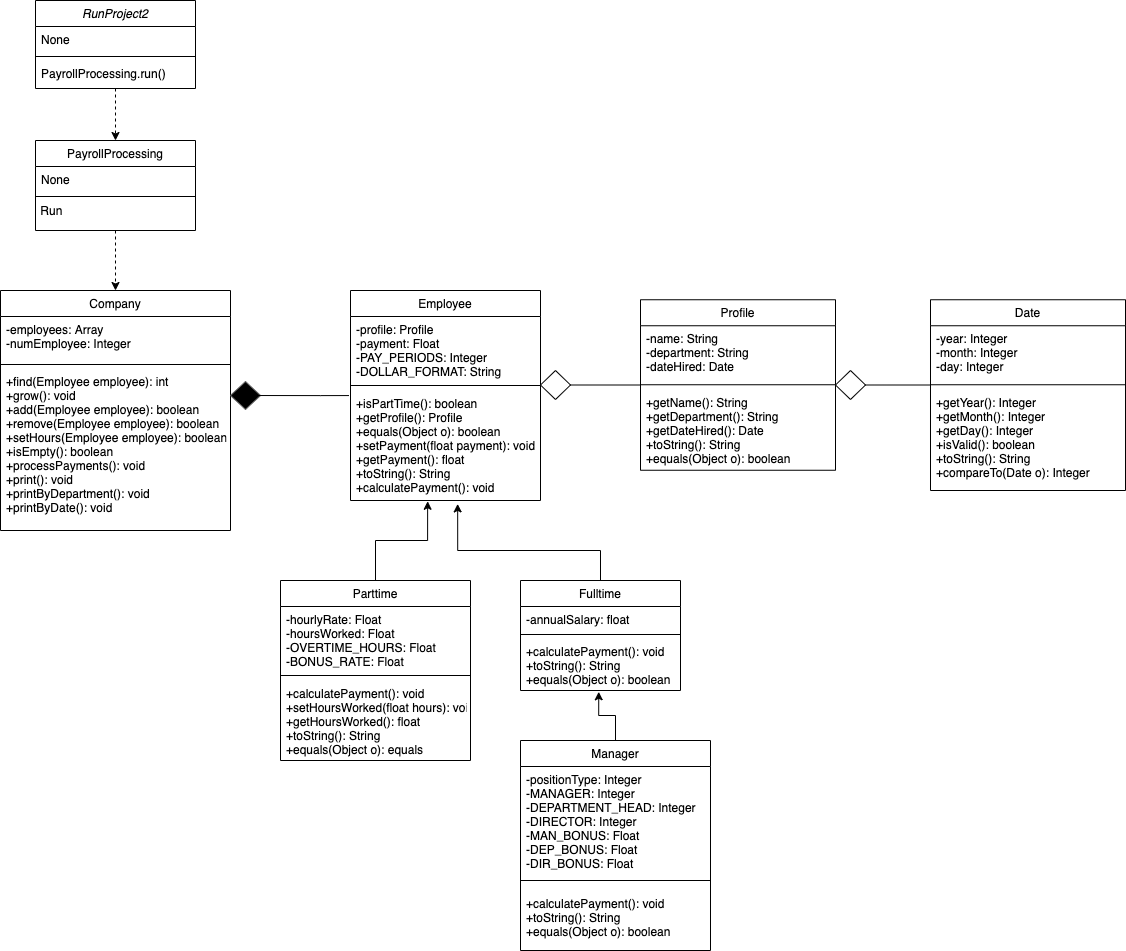
Earlier version of the draw.io export src/proj2cd.png (AryakTheBoss/CS213-Project2). Source tidied: cells renumbered, new cells last; positions are measured from the earlier drawing's top-left corner, leaving out a move shared by most shapes.
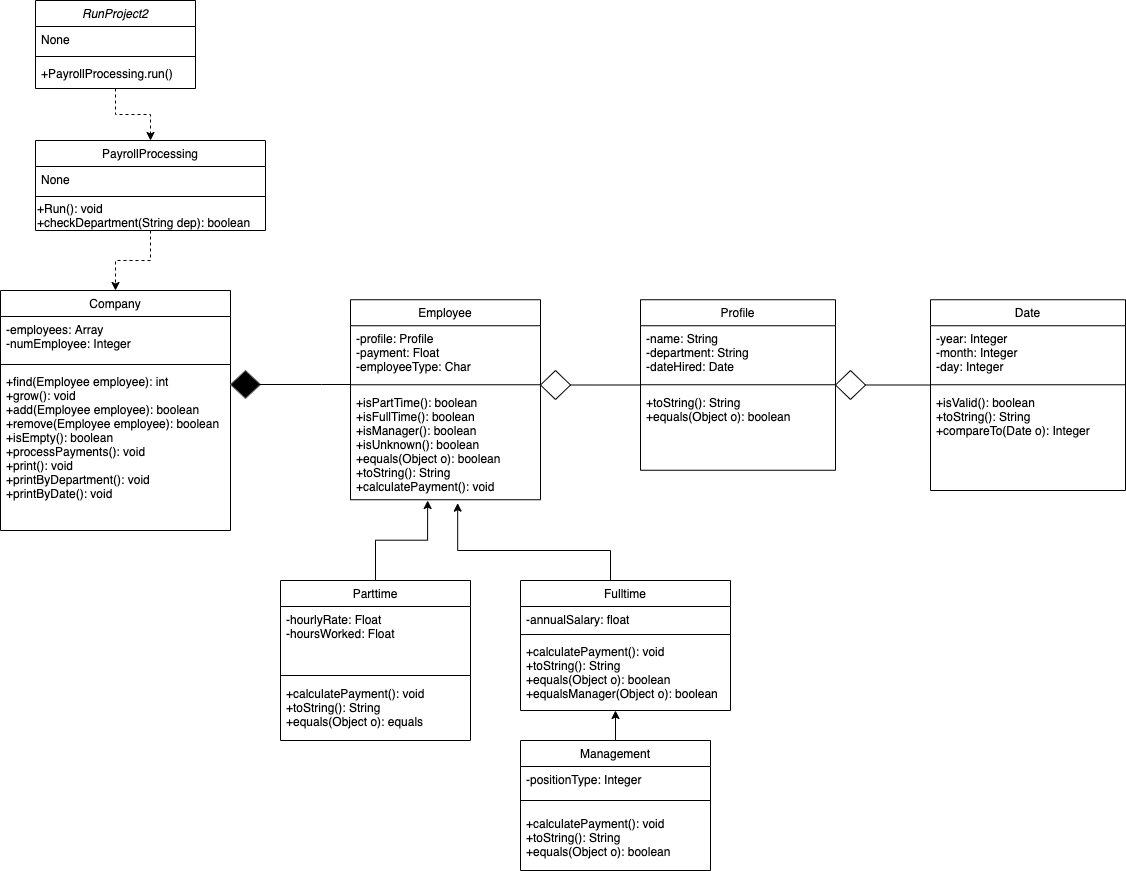
The same file after the commit.

Commit message:
new diagram png and rewritable

The edit, as a diff of the source:
```diff
@@ -14,23 +14,23 @@
     <mxCell id="5" style="line;html=1;strokeWidth=1;align=left;verticalAlign=middle;spacingTop=-1;spacingLeft=3;spacingRight=3;labelPosition=right;" parent="3" vertex="1">
       <mxGeometry y="52" width="160" height="8" as="geometry" />
     </mxCell>
-    <mxCell id="6" value="PayrollProcessing.run()" style="text;align=left;verticalAlign=top;spacingLeft=4;spacingRight=4;overflow=hidden;" parent="3" vertex="1">
+    <mxCell id="6" value="+PayrollProcessing.run()" style="text;align=left;verticalAlign=top;spacingLeft=4;spacingRight=4;overflow=hidden;" parent="3" vertex="1">
       <mxGeometry y="60" width="160" height="26" as="geometry" />
     </mxCell>
     <mxCell id="7" style="edgeStyle=orthogonalEdgeStyle;rounded=0;jumpStyle=none;jettySize=auto;html=1;exitX=0.5;exitY=1;exitDx=0;exitDy=0;entryX=0.5;entryY=0;entryDx=0;entryDy=0;dashed=1;sourcePerimeterSpacing=0;strokeColor=#000000;" parent="1" edge="1" source="8" target="12">
       <mxGeometry relative="1" as="geometry" />
     </mxCell>
     <mxCell id="8" value="PayrollProcessing" style="swimlane;fontStyle=0;align=center;verticalAlign=top;horizontal=1;startSize=26;rounded=0;shadow=0;strokeWidth=1;" parent="1" vertex="1">
-      <mxGeometry x="35" y="140" width="160" height="90" as="geometry" />
+      <mxGeometry x="35" y="140" width="230" height="90" as="geometry" />
     </mxCell>
     <mxCell id="9" value="None" style="text;align=left;verticalAlign=top;spacingLeft=4;spacingRight=4;overflow=hidden;" parent="8" vertex="1">
-      <mxGeometry y="26" width="160" height="26" as="geometry" />
+      <mxGeometry y="26" width="230" height="26" as="geometry" />
     </mxCell>
     <mxCell id="10" style="line;html=1;strokeWidth=1;align=left;verticalAlign=middle;spacingTop=-1;spacingLeft=3;spacingRight=3;labelPosition=right;" parent="8" vertex="1">
-      <mxGeometry y="52" width="160" height="8" as="geometry" />
+      <mxGeometry y="52" width="230" height="8" as="geometry" />
     </mxCell>
-    <mxCell id="11" value="&amp;nbsp;Run" style="text;html=1;align=left;verticalAlign=middle;" parent="8" vertex="1">
-      <mxGeometry y="60" width="160" height="20" as="geometry" />
+    <mxCell id="11" value="+Run(): void&lt;br&gt;+checkDepartment(String dep): boolean" style="text;html=1;align=left;verticalAlign=middle;" parent="8" vertex="1">
+      <mxGeometry y="60" width="230" height="30" as="geometry" />
     </mxCell>
     <mxCell id="12" value="Company" style="swimlane;fontStyle=0;align=center;verticalAlign=top;horizontal=1;startSize=26;rounded=0;shadow=0;strokeWidth=1;" parent="1" vertex="1">
       <mxGeometry y="290" width="230" height="240" as="geometry" />
@@ -41,30 +41,31 @@
     <mxCell id="14" style="line;html=1;strokeWidth=1;align=left;verticalAlign=middle;spacingTop=-1;spacingLeft=3;spacingRight=3;labelPosition=right;" parent="12" vertex="1">
       <mxGeometry y="70" width="230" height="8" as="geometry" />
     </mxCell>
-    <mxCell id="15" value="+find(Employee employee): int&#10;+grow(): void&#10;+add(Employee employee): boolean&#10;+remove(Employee employee): boolean&#10;+setHours(Employee employee): boolean&#10;+isEmpty(): boolean&#10;+processPayments(): void&#10;+print(): void&#10;+printByDepartment(): void&#10;+printByDate(): void" style="text;align=left;verticalAlign=top;spacingLeft=4;spacingRight=4;overflow=hidden;" parent="12" vertex="1">
+    <mxCell id="15" value="+find(Employee employee): int&#10;+grow(): void&#10;+add(Employee employee): boolean&#10;+remove(Employee employee): boolean&#10;+isEmpty(): boolean&#10;+processPayments(): void&#10;+print(): void&#10;+printByDepartment(): void&#10;+printByDate(): void" style="text;align=left;verticalAlign=top;spacingLeft=4;spacingRight=4;overflow=hidden;" parent="12" vertex="1">
       <mxGeometry y="78" width="230" height="152" as="geometry" />
     </mxCell>
     <mxCell id="16" value="Employee" style="swimlane;fontStyle=0;align=center;verticalAlign=top;horizontal=1;startSize=26;rounded=0;shadow=0;strokeWidth=1;" parent="1" vertex="1">
-      <mxGeometry x="350" y="290" width="190" height="210" as="geometry" />
+      <mxGeometry x="350" y="299.2" width="190" height="200" as="geometry" />
     </mxCell>
-    <mxCell id="17" value="-profile: Profile&#10;-payment: Float&#10;-PAY_PERIODS: Integer&#10;-DOLLAR_FORMAT: String" style="text;align=left;verticalAlign=top;spacingLeft=4;spacingRight=4;overflow=hidden;" parent="16" vertex="1">
-      <mxGeometry y="26" width="190" height="64" as="geometry" />
+    <mxCell id="17" value="-profile: Profile&#10;-payment: Float&#10;-employeeType: Char" style="text;align=left;verticalAlign=top;spacingLeft=4;spacingRight=4;overflow=hidden;" parent="16" vertex="1">
+      <mxGeometry y="26" width="190" height="54" as="geometry" />
     </mxCell>
     <mxCell id="18" style="line;html=1;strokeWidth=1;align=left;verticalAlign=middle;spacingTop=-1;spacingLeft=3;spacingRight=3;labelPosition=right;" parent="16" vertex="1">
-      <mxGeometry y="90" width="190" height="10" as="geometry" />
+      <mxGeometry y="80" width="190" height="10" as="geometry" />
     </mxCell>
-    <mxCell id="19" value="+isPartTime(): boolean&#10;+getProfile(): Profile&#10;+equals(Object o): boolean&#10;+setPayment(float payment): void&#10;+getPayment(): float&#10;+toString(): String&#10;+calculatePayment(): void" style="text;align=left;verticalAlign=top;spacingLeft=4;spacingRight=4;overflow=hidden;points=[[0,0.5],[1,0.5]];portConstraint=eastwest;" parent="16" vertex="1">
-      <mxGeometry y="100" width="190" height="110" as="geometry" />
+    <mxCell id="19" value="+isPartTime(): boolean&#10;+isFullTime(): boolean&#10;+isManager(): boolean&#10;+isUnknown(): boolean&#10;+equals(Object o): boolean&#10;+toString(): String&#10;+calculatePayment(): void" style="text;align=left;verticalAlign=top;spacingLeft=4;spacingRight=4;overflow=hidden;points=[[0,0.5],[1,0.5]];portConstraint=eastwest;" parent="16" vertex="1">
+      <mxGeometry y="90" width="190" height="110" as="geometry" />
     </mxCell>
     <mxCell id="20" style="rhombus;whiteSpace=wrap;html=1;strokeColor=#666666;fillColor=#000000;" parent="1" vertex="1">
-      <mxGeometry x="230" y="381" width="30" height="28" as="geometry" />
+      <mxGeometry x="230" y="370" width="30" height="28" as="geometry" />
     </mxCell>
-    <mxCell id="21" style="rounded=0;jumpStyle=none;jettySize=auto;html=1;sourcePerimeterSpacing=0;strokeColor=#000000;edgeStyle=orthogonalEdgeStyle;exitX=-0.008;exitY=0.046;exitDx=0;exitDy=0;exitPerimeter=0;" parent="1" edge="1" source="19">
+    <mxCell id="21" style="rounded=0;jumpStyle=none;orthogonalLoop=1;jettySize=auto;html=1;sourcePerimeterSpacing=0;strokeColor=#000000;edgeStyle=orthogonalEdgeStyle;" parent="1" edge="1">
       <mxGeometry relative="1" as="geometry">
-        <mxPoint x="245" y="395" as="targetPoint" />
+        <mxPoint x="350" y="384" as="sourcePoint" />
+        <mxPoint x="246" y="384" as="targetPoint" />
         <Array as="points">
-          <mxPoint x="320" y="395" />
-          <mxPoint x="320" y="395" />
+          <mxPoint x="321" y="384" />
+          <mxPoint x="321" y="384" />
         </Array>
       </mxGeometry>
     </mxCell>
@@ -77,7 +78,7 @@
     <mxCell id="24" style="line;html=1;strokeWidth=1;align=left;verticalAlign=middle;spacingTop=-1;spacingLeft=3;spacingRight=3;labelPosition=right;" parent="22" vertex="1">
       <mxGeometry y="80" width="195" height="10" as="geometry" />
     </mxCell>
-    <mxCell id="25" value="+getName(): String&#10;+getDepartment(): String&#10;+getDateHired(): Date&#10;+toString(): String&#10;+equals(Object o): boolean" style="text;align=left;verticalAlign=top;spacingLeft=4;spacingRight=4;overflow=hidden;points=[[0,0.5],[1,0.5]];portConstraint=eastwest;" parent="22" vertex="1">
+    <mxCell id="25" value="+toString(): String&#10;+equals(Object o): boolean" style="text;align=left;verticalAlign=top;spacingLeft=4;spacingRight=4;overflow=hidden;points=[[0,0.5],[1,0.5]];portConstraint=eastwest;" parent="22" vertex="1">
       <mxGeometry y="90" width="195" height="80" as="geometry" />
     </mxCell>
     <mxCell id="26" style="rhombus;whiteSpace=wrap;html=1;" parent="1" vertex="1">
@@ -99,7 +100,7 @@
     <mxCell id="30" style="line;html=1;strokeWidth=1;align=left;verticalAlign=middle;spacingTop=-1;spacingLeft=3;spacingRight=3;labelPosition=right;" parent="28" vertex="1">
       <mxGeometry y="80" width="195" height="10" as="geometry" />
     </mxCell>
-    <mxCell id="31" value="+getYear(): Integer&#10;+getMonth(): Integer&#10;+getDay(): Integer&#10;+isValid(): boolean&#10;+toString(): String&#10;+compareTo(Date o): Integer" style="text;align=left;verticalAlign=top;spacingLeft=4;spacingRight=4;overflow=hidden;points=[[0,0.5],[1,0.5]];portConstraint=eastwest;" parent="28" vertex="1">
+    <mxCell id="31" value="+isValid(): boolean&#10;+toString(): String&#10;+compareTo(Date o): Integer" style="text;align=left;verticalAlign=top;spacingLeft=4;spacingRight=4;overflow=hidden;points=[[0,0.5],[1,0.5]];portConstraint=eastwest;" parent="28" vertex="1">
       <mxGeometry y="90" width="195" height="100" as="geometry" />
     </mxCell>
     <mxCell id="32" style="edgeStyle=orthogonalEdgeStyle;rounded=0;jumpStyle=none;jettySize=auto;html=1;exitX=0;exitY=0.5;exitDx=0;exitDy=0;entryX=1;entryY=0.5;entryDx=0;entryDy=0;sourcePerimeterSpacing=0;endArrow=none;endFill=0;" parent="1" edge="1" source="31">
@@ -114,57 +115,59 @@
       <mxGeometry x="835" y="370" width="30" height="29" as="geometry" />
     </mxCell>
     <mxCell id="34" value="Parttime" style="swimlane;fontStyle=0;align=center;verticalAlign=top;horizontal=1;startSize=26;rounded=0;shadow=0;strokeWidth=1;" parent="1" vertex="1">
-      <mxGeometry x="280" y="580" width="190" height="180" as="geometry" />
+      <mxGeometry x="280" y="580" width="190" height="160" as="geometry" />
     </mxCell>
-    <mxCell id="35" value="-hourlyRate: Float&#10;-hoursWorked: Float&#10;-OVERTIME_HOURS: Float&#10;-BONUS_RATE: Float" style="text;align=left;verticalAlign=top;spacingLeft=4;spacingRight=4;overflow=hidden;" parent="34" vertex="1">
+    <mxCell id="35" value="-hourlyRate: Float&#10;-hoursWorked: Float&#10;" style="text;align=left;verticalAlign=top;spacingLeft=4;spacingRight=4;overflow=hidden;" parent="34" vertex="1">
       <mxGeometry y="26" width="190" height="64" as="geometry" />
     </mxCell>
     <mxCell id="36" style="line;html=1;strokeWidth=1;align=left;verticalAlign=middle;spacingTop=-1;spacingLeft=3;spacingRight=3;labelPosition=right;" parent="34" vertex="1">
       <mxGeometry y="90" width="190" height="10" as="geometry" />
     </mxCell>
-    <mxCell id="37" value="+calculatePayment(): void&#10;+setHoursWorked(float hours): void&#10;+getHoursWorked(): float&#10;+toString(): String&#10;+equals(Object o): equals" style="text;align=left;verticalAlign=top;spacingLeft=4;spacingRight=4;overflow=hidden;" parent="34" vertex="1">
-      <mxGeometry y="100" width="190" height="72" as="geometry" />
+    <mxCell id="37" value="+calculatePayment(): void&#10;+toString(): String&#10;+equals(Object o): equals" style="text;align=left;verticalAlign=top;spacingLeft=4;spacingRight=4;overflow=hidden;" parent="34" vertex="1">
+      <mxGeometry y="100" width="190" height="60" as="geometry" />
     </mxCell>
     <mxCell id="38" style="edgeStyle=orthogonalEdgeStyle;rounded=0;jumpStyle=none;jettySize=auto;html=1;exitX=0.406;exitY=1.007;exitDx=0;exitDy=0;entryX=0.5;entryY=0;entryDx=0;entryDy=0;startArrow=classic;startFill=1;sourcePerimeterSpacing=0;endArrow=none;endFill=0;strokeColor=#000000;exitPerimeter=0;" parent="1" edge="1" source="19" target="34">
       <mxGeometry relative="1" as="geometry" />
     </mxCell>
     <mxCell id="39" value="Fulltime" style="swimlane;fontStyle=0;align=center;verticalAlign=top;horizontal=1;startSize=26;rounded=0;shadow=0;strokeWidth=1;" parent="1" vertex="1">
-      <mxGeometry x="520" y="580" width="160" height="110" as="geometry" />
+      <mxGeometry x="520" y="580" width="210" height="130" as="geometry" />
     </mxCell>
     <mxCell id="40" value="-annualSalary: float" style="text;align=left;verticalAlign=top;spacingLeft=4;spacingRight=4;overflow=hidden;" parent="39" vertex="1">
-      <mxGeometry y="26" width="160" height="24" as="geometry" />
+      <mxGeometry y="26" width="210" height="24" as="geometry" />
     </mxCell>
     <mxCell id="41" style="line;html=1;strokeWidth=1;align=left;verticalAlign=middle;spacingTop=-1;spacingLeft=3;spacingRight=3;labelPosition=right;" parent="39" vertex="1">
-      <mxGeometry y="50" width="160" height="8" as="geometry" />
+      <mxGeometry y="50" width="210" height="8" as="geometry" />
     </mxCell>
-    <mxCell id="42" value="+calculatePayment(): void&#10;+toString(): String&#10;+equals(Object o): boolean" style="text;align=left;verticalAlign=top;spacingLeft=4;spacingRight=4;overflow=hidden;points=[[0,0.5],[1,0.5]];portConstraint=eastwest;" parent="39" vertex="1">
-      <mxGeometry y="58" width="160" height="52" as="geometry" />
+    <mxCell id="42" value="+calculatePayment(): void&#10;+toString(): String&#10;+equals(Object o): boolean&#10;+equalsManager(Object o): boolean" style="text;align=left;verticalAlign=top;spacingLeft=4;spacingRight=4;overflow=hidden;points=[[0,0.5],[1,0.5]];portConstraint=eastwest;" parent="39" vertex="1">
+      <mxGeometry y="58" width="210" height="72" as="geometry" />
     </mxCell>
     <mxCell id="43" style="edgeStyle=orthogonalEdgeStyle;rounded=0;jumpStyle=none;jettySize=auto;html=1;entryX=0.5;entryY=0;entryDx=0;entryDy=0;startArrow=classic;startFill=1;sourcePerimeterSpacing=0;endArrow=none;endFill=0;strokeColor=#000000;exitX=0.564;exitY=1.031;exitDx=0;exitDy=0;exitPerimeter=0;" parent="1" edge="1" source="19" target="39">
       <mxGeometry relative="1" as="geometry">
         <Array as="points">
           <mxPoint x="457" y="550" />
-          <mxPoint x="600" y="550" />
+          <mxPoint x="610" y="550" />
+          <mxPoint x="610" y="580" />
         </Array>
       </mxGeometry>
     </mxCell>
-    <mxCell id="44" value="Manager" style="swimlane;fontStyle=0;align=center;verticalAlign=top;horizontal=1;startSize=26;rounded=0;shadow=0;strokeWidth=1;" parent="1" vertex="1">
-      <mxGeometry x="520" y="740" width="190" height="210" as="geometry" />
+    <mxCell id="44" value="Management" style="swimlane;fontStyle=0;align=center;verticalAlign=top;horizontal=1;startSize=26;rounded=0;shadow=0;strokeWidth=1;" parent="1" vertex="1">
+      <mxGeometry x="520" y="740" width="190" height="130" as="geometry" />
     </mxCell>
-    <mxCell id="45" value="-positionType: Integer&#10;-MANAGER: Integer&#10;-DEPARTMENT_HEAD: Integer&#10;-DIRECTOR: Integer&#10;-MAN_BONUS: Float&#10;-DEP_BONUS: Float&#10;-DIR_BONUS: Float" style="text;align=left;verticalAlign=top;spacingLeft=4;spacingRight=4;overflow=hidden;" parent="44" vertex="1">
-      <mxGeometry y="26" width="190" height="104" as="geometry" />
+    <mxCell id="45" value="-positionType: Integer&#10;" style="text;align=left;verticalAlign=top;spacingLeft=4;spacingRight=4;overflow=hidden;" parent="44" vertex="1">
+      <mxGeometry y="26" width="190" height="24" as="geometry" />
     </mxCell>
     <mxCell id="46" style="line;html=1;strokeWidth=1;align=left;verticalAlign=middle;spacingTop=-1;spacingLeft=3;spacingRight=3;labelPosition=right;" parent="44" vertex="1">
-      <mxGeometry y="130" width="190" height="20" as="geometry" />
+      <mxGeometry y="50" width="190" height="20" as="geometry" />
     </mxCell>
     <mxCell id="47" value="+calculatePayment(): void&#10;+toString(): String&#10;+equals(Object o): boolean" style="text;align=left;verticalAlign=top;spacingLeft=4;spacingRight=4;overflow=hidden;" parent="44" vertex="1">
-      <mxGeometry y="150" width="190" height="50" as="geometry" />
+      <mxGeometry y="70" width="190" height="50" as="geometry" />
     </mxCell>
-    <mxCell id="48" style="edgeStyle=orthogonalEdgeStyle;rounded=0;jumpStyle=none;jettySize=auto;html=1;exitX=0.489;exitY=1.025;exitDx=0;exitDy=0;entryX=0.5;entryY=0;entryDx=0;entryDy=0;startArrow=classic;startFill=1;sourcePerimeterSpacing=0;endArrow=none;endFill=0;strokeColor=#000000;exitPerimeter=0;" parent="1" edge="1" source="42" target="44">
+    <mxCell id="48" style="edgeStyle=orthogonalEdgeStyle;rounded=0;jumpStyle=none;jettySize=auto;html=1;entryX=0.5;entryY=0;entryDx=0;entryDy=0;startArrow=classic;startFill=1;sourcePerimeterSpacing=0;endArrow=none;endFill=0;strokeColor=#000000;" parent="1" edge="1" target="44">
       <mxGeometry relative="1" as="geometry">
+        <mxPoint x="615" y="710" as="sourcePoint" />
         <Array as="points">
-          <mxPoint x="598" y="715" />
-          <mxPoint x="615" y="715" />
+          <mxPoint x="615" y="710" />
+          <mxPoint x="615" y="710" />
         </Array>
       </mxGeometry>
     </mxCell>
```
